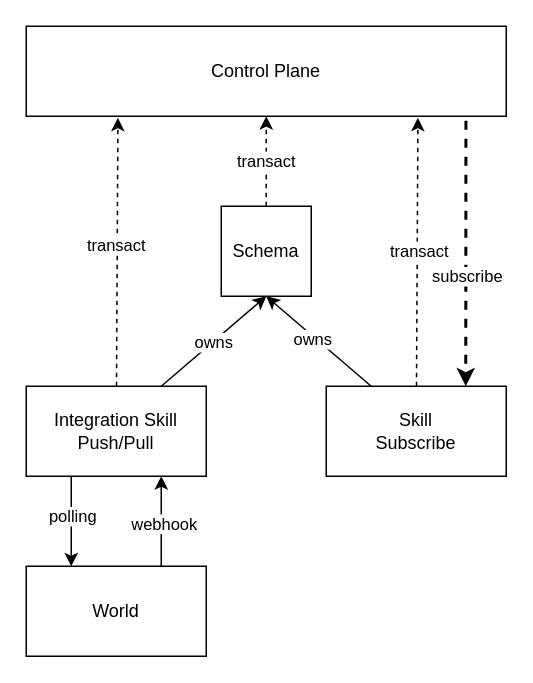
This is page "PubSub" (1 of 2) of docs/architecture/architecture.drawio from atomisthq/docs, a draw.io file, before an edit. Source tidied: cells renumbered, new cells numbered last; positions are measured from the earlier drawing's top-left corner, leaving out a move shared by most shapes. Both pictures are drawn from the tidied source at 150%, with x=0, y=0 at pixel (26, 26).
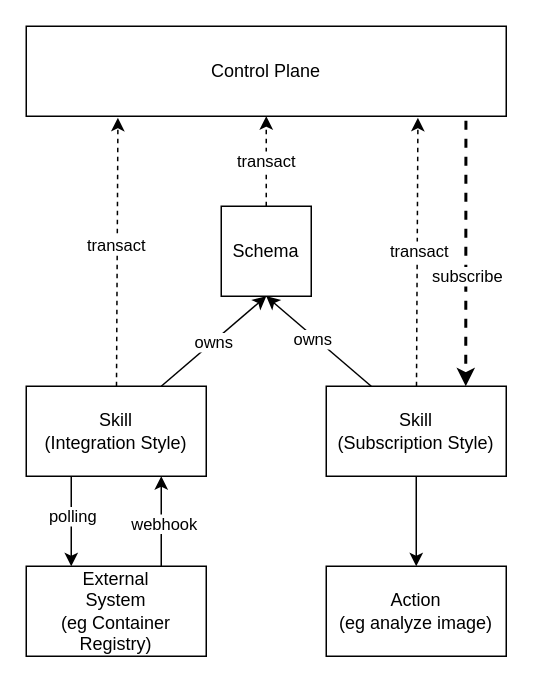
The same page after the edit.

The edit, as a diff of the source:
```diff
@@
-    <mxCell id="10" value="Integration Skill&lt;br&gt;Push/Pull" style="rounded=0;whiteSpace=wrap;html=1;" parent="1" vertex="1">
+    <mxCell id="10" value="Skill&lt;br&gt;(Integration Style)" style="rounded=0;whiteSpace=wrap;html=1;" parent="1" vertex="1">
       <mxGeometry y="240" width="120" height="60" as="geometry" />
     </mxCell>
@@
+    <mxCell id="22" style="edgeStyle=orthogonalEdgeStyle;rounded=0;jettySize=auto;html=1;entryX=0.5;entryY=0;entryDx=0;entryDy=0;" parent="1" edge="1" source="15" target="23">
+      <mxGeometry relative="1" as="geometry" />
+    </mxCell>
-    <mxCell id="15" value="Skill&lt;br&gt;Subscribe" style="rounded=0;whiteSpace=wrap;html=1;" parent="1" vertex="1">
+    <mxCell id="15" value="Skill&lt;br&gt;(Subscription Style)" style="rounded=0;whiteSpace=wrap;html=1;" parent="1" vertex="1">
       <mxGeometry x="200" y="240" width="120" height="60" as="geometry" />
     </mxCell>
@@
-    <mxCell id="18" value="World" style="rounded=0;whiteSpace=wrap;html=1;" parent="1" vertex="1">
+    <mxCell id="18" value="External&lt;br&gt;System&lt;br&gt;(eg Container Registry)" style="rounded=0;whiteSpace=wrap;html=1;" parent="1" vertex="1">
       <mxGeometry y="360" width="120" height="60" as="geometry" />
     </mxCell>
@@
+    <mxCell id="23" value="Action&lt;br&gt;(eg analyze image)" style="rounded=0;whiteSpace=wrap;html=1;" parent="1" vertex="1">
+      <mxGeometry x="200" y="360" width="120" height="60" as="geometry" />
+    </mxCell>
```
